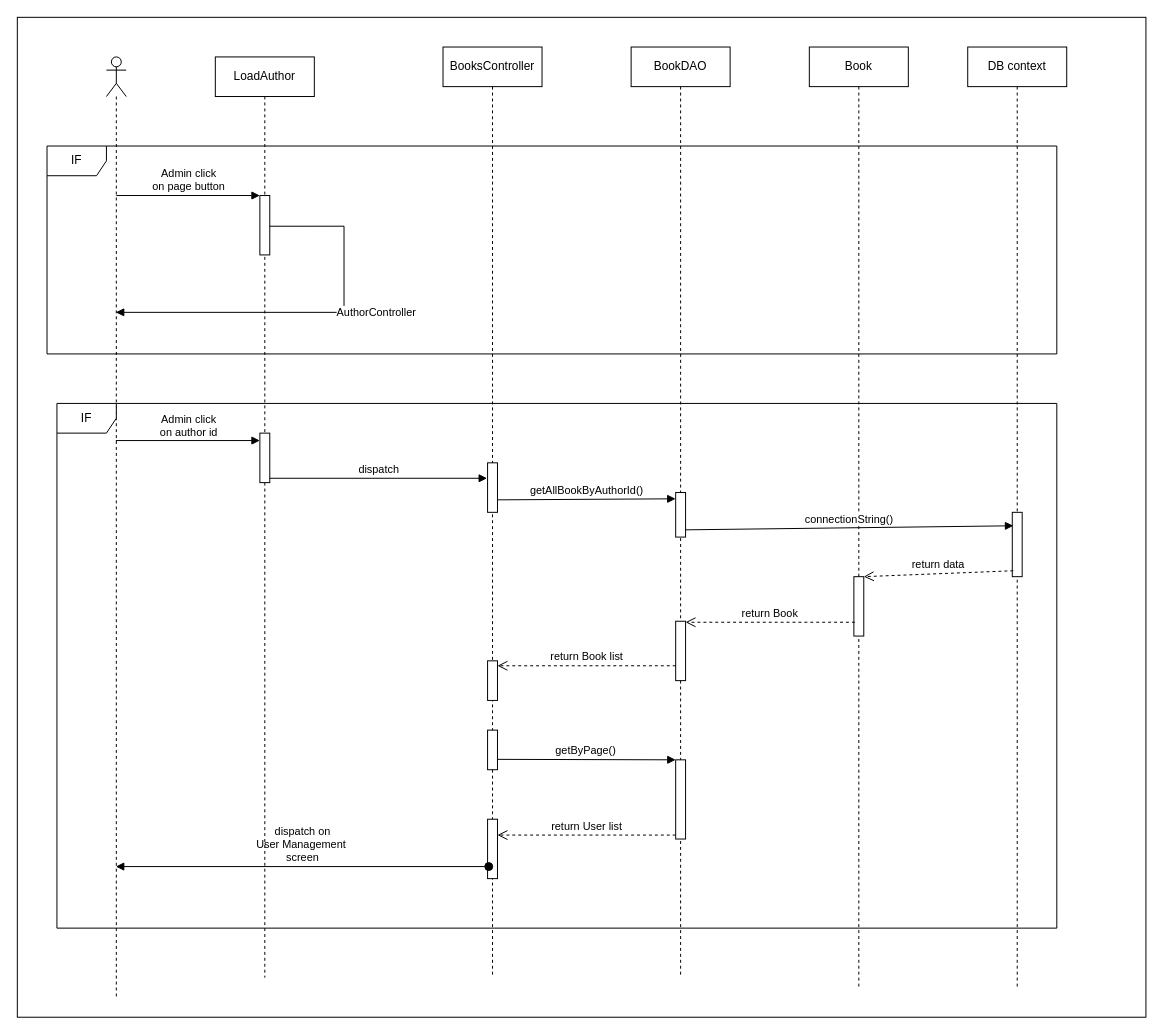
Before: page "Trang-6" (6 of 8) of te3.drawio in baspdd/desktop-tutorial, a draw.io diagram. Source tidied: cells renumbered, new cells numbered last; positions are measured from the earlier drawing's top-left corner, leaving out a move shared by most shapes. Both pictures are drawn from the tidied source at 99%, with x=0, y=0 at pixel (17, 17).
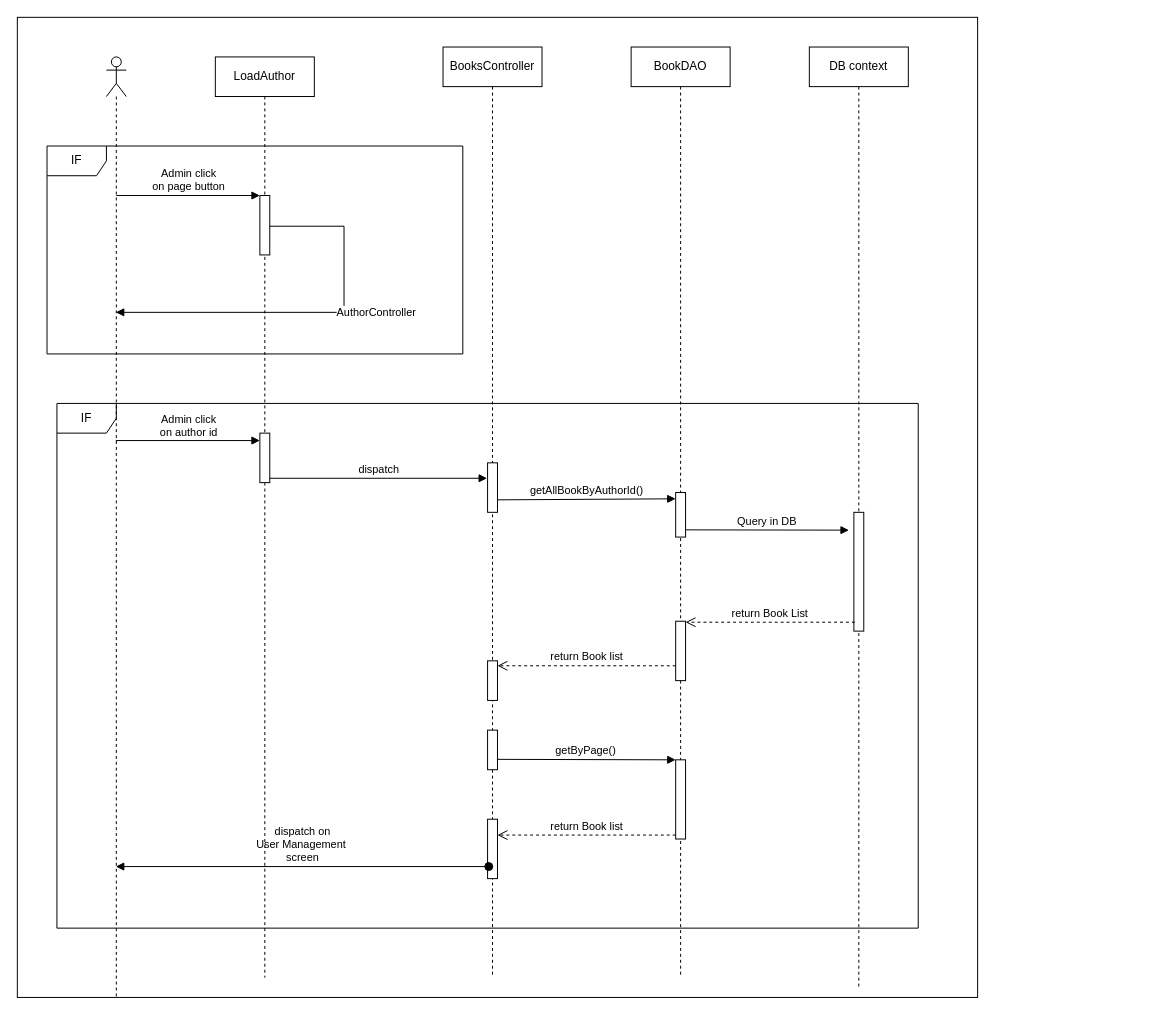
The same page after the edit.

Unchanged cells that the change refers to:
```xml
<mxCell id="7" style="html=1;points=[];perimeter=orthogonalPerimeter;" parent="4" vertex="1">
  <mxGeometry x="45" y="780" width="10" height="60" as="geometry" />
</mxCell>
<mxCell id="10" style="html=1;points=[];perimeter=orthogonalPerimeter;" parent="9" vertex="1">
  <mxGeometry x="45" y="580" width="10" height="60" as="geometry" />
</mxCell>
<mxCell id="11" style="html=1;points=[];perimeter=orthogonalPerimeter;" parent="9" vertex="1">
  <mxGeometry x="45" y="720" width="10" height="80" as="geometry" />
</mxCell>
<mxCell id="12" style="html=1;points=[];perimeter=orthogonalPerimeter;" parent="9" vertex="1">
  <mxGeometry x="45" y="450" width="10" height="45" as="geometry" />
</mxCell>
```

Diff of the diagram source:
```diff
@@
     <mxCell id="2" style="rounded=0;whiteSpace=wrap;html=1;" parent="1" vertex="1">
-      <mxGeometry width="1140" height="1010" as="geometry" />
+      <mxGeometry width="970" height="990" as="geometry" />
     </mxCell>
+    <mxCell id="19" value="IF" style="shape=umlFrame;whiteSpace=wrap;html=1;" parent="1" vertex="1">
+      <mxGeometry x="40" y="390" width="870" height="530" as="geometry" />
+    </mxCell>
@@
-    <mxCell id="13" value="Book" style="shape=umlLifeline;perimeter=lifelinePerimeter;whiteSpace=wrap;html=1;" parent="1" vertex="1">
-      <mxGeometry x="800" y="30" width="100" height="950" as="geometry" />
-    </mxCell>
-    <mxCell id="14" style="html=1;points=[];perimeter=orthogonalPerimeter;" parent="13" vertex="1">
-      <mxGeometry x="45" y="535" width="10" height="60" as="geometry" />
-    </mxCell>
     <mxCell id="15" value="DB context" style="shape=umlLifeline;perimeter=lifelinePerimeter;whiteSpace=wrap;html=1;" parent="1" vertex="1">
-      <mxGeometry x="960" y="30" width="100" height="950" as="geometry" />
+      <mxGeometry x="800" y="30" width="100" height="950" as="geometry" />
     </mxCell>
     <mxCell id="16" style="html=1;points=[];perimeter=orthogonalPerimeter;" parent="15" vertex="1">
-      <mxGeometry x="45" y="470" width="10" height="65" as="geometry" />
+      <mxGeometry x="45" y="470" width="10" height="120" as="geometry" />
     </mxCell>
@@
     <mxCell id="18" value="IF" style="shape=umlFrame;whiteSpace=wrap;html=1;" parent="1" vertex="1">
-      <mxGeometry x="30" y="130" width="1020" height="210" as="geometry" />
+      <mxGeometry x="30" y="130" width="420" height="210" as="geometry" />
     </mxCell>
-    <mxCell id="19" value="IF" style="shape=umlFrame;whiteSpace=wrap;html=1;" parent="1" vertex="1">
-      <mxGeometry x="40" y="390" width="1010" height="530" as="geometry" />
-    </mxCell>
-    <mxCell id="20" value="return data" style="html=1;verticalAlign=bottom;endArrow=open;dashed=1;endSize=8;rounded=0;exitX=0.1;exitY=0.908;exitDx=0;exitDy=0;exitPerimeter=0;" parent="1" edge="1" source="16" target="14">
-      <mxGeometry relative="1" as="geometry" />
-    </mxCell>
-    <mxCell id="21" value="return Book" style="html=1;verticalAlign=bottom;endArrow=open;dashed=1;endSize=8;rounded=0;exitX=0.1;exitY=0.767;exitDx=0;exitDy=0;exitPerimeter=0;" parent="1" edge="1" source="14" target="10">
-      <mxGeometry relative="1" as="geometry" />
+    <mxCell id="21" value="return Book List" style="html=1;verticalAlign=bottom;endArrow=open;dashed=1;endSize=8;rounded=0;" parent="1" edge="1" target="10">
+      <mxGeometry relative="1" as="geometry">
+        <mxPoint x="846" y="611" as="sourcePoint" />
+      </mxGeometry>
     </mxCell>
@@
-    <mxCell id="24" value="return User list" style="html=1;verticalAlign=bottom;endArrow=open;dashed=1;endSize=8;exitX=0;exitY=0.95;rounded=0;" parent="1" edge="1" source="11" target="7">
+    <mxCell id="24" value="return Book list" style="html=1;verticalAlign=bottom;endArrow=open;dashed=1;endSize=8;exitX=0;exitY=0.95;rounded=0;" parent="1" edge="1" source="11" target="7">
       <mxGeometry relative="1" as="geometry" />
     </mxCell>
@@
-    <mxCell id="33" value="connectionString()" style="html=1;verticalAlign=bottom;endArrow=block;entryX=0.11;entryY=0.209;rounded=0;exitX=0.938;exitY=0.838;exitDx=0;exitDy=0;exitPerimeter=0;entryDx=0;entryDy=0;entryPerimeter=0;" parent="1" edge="1" source="12" target="16">
-      <mxGeometry relative="1" as="geometry" />
+    <mxCell id="33" value="Query in DB" style="html=1;verticalAlign=bottom;endArrow=block;rounded=0;exitX=0.938;exitY=0.838;exitDx=0;exitDy=0;exitPerimeter=0;" parent="1" edge="1" source="12">
+      <mxGeometry relative="1" as="geometry">
+        <mxPoint x="840" y="518" as="targetPoint" />
+      </mxGeometry>
     </mxCell>
```
